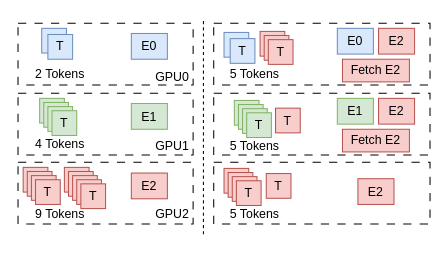
Above: 课题1.drawio in icszhr/moe (draw.io), before the change. Source tidied: cells renumbered, new cells numbered last; positions are measured from the earlier drawing's top-left corner, leaving out a move shared by most shapes. Both pictures are drawn from the tidied source at 103%, with x=0, y=0 at pixel (18, 18).
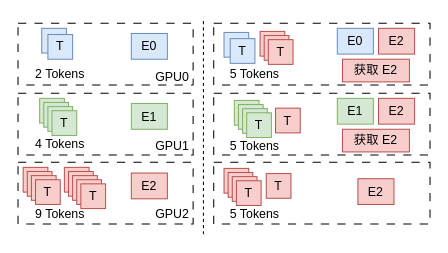
The same page after the edit.

The edit, as a diff of the source:
```diff
@@
-    <mxCell id="64" value="Fetch E2" style="rounded=0;whiteSpace=wrap;html=1;fillColor=#f8cecc;strokeColor=#b85450;" parent="1" vertex="1">
+    <mxCell id="64" value="获取 E2" style="rounded=0;whiteSpace=wrap;html=1;fillColor=#f8cecc;strokeColor=#b85450;" parent="1" vertex="1">
       <mxGeometry x="315" y="108" width="65" height="22" as="geometry" />
     </mxCell>
-    <mxCell id="65" value="Fetch E2" style="rounded=0;whiteSpace=wrap;html=1;fillColor=#f8cecc;strokeColor=#b85450;" parent="1" vertex="1">
+    <mxCell id="65" value="获取 E2" style="rounded=0;whiteSpace=wrap;html=1;fillColor=#f8cecc;strokeColor=#b85450;" parent="1" vertex="1">
       <mxGeometry x="315" y="40" width="65" height="22" as="geometry" />
     </mxCell>
```
